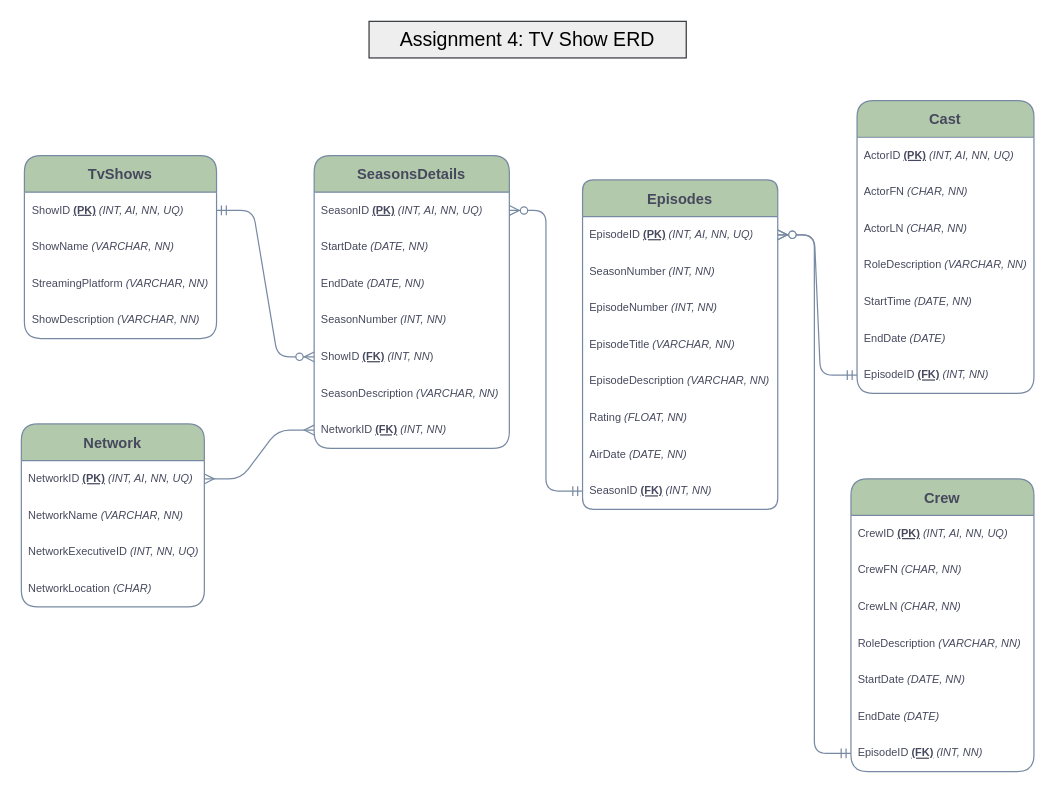
The draw.io diagram Untitled Diagram.drawio in mcbraunie/drawERD, before the edit. Source tidied: cells renumbered, new cells numbered last; positions are measured from the earlier drawing's top-left corner, leaving out a move shared by most shapes. Both pictures are drawn from the tidied source at 122%, with x=0, y=0 at pixel (21, 21).
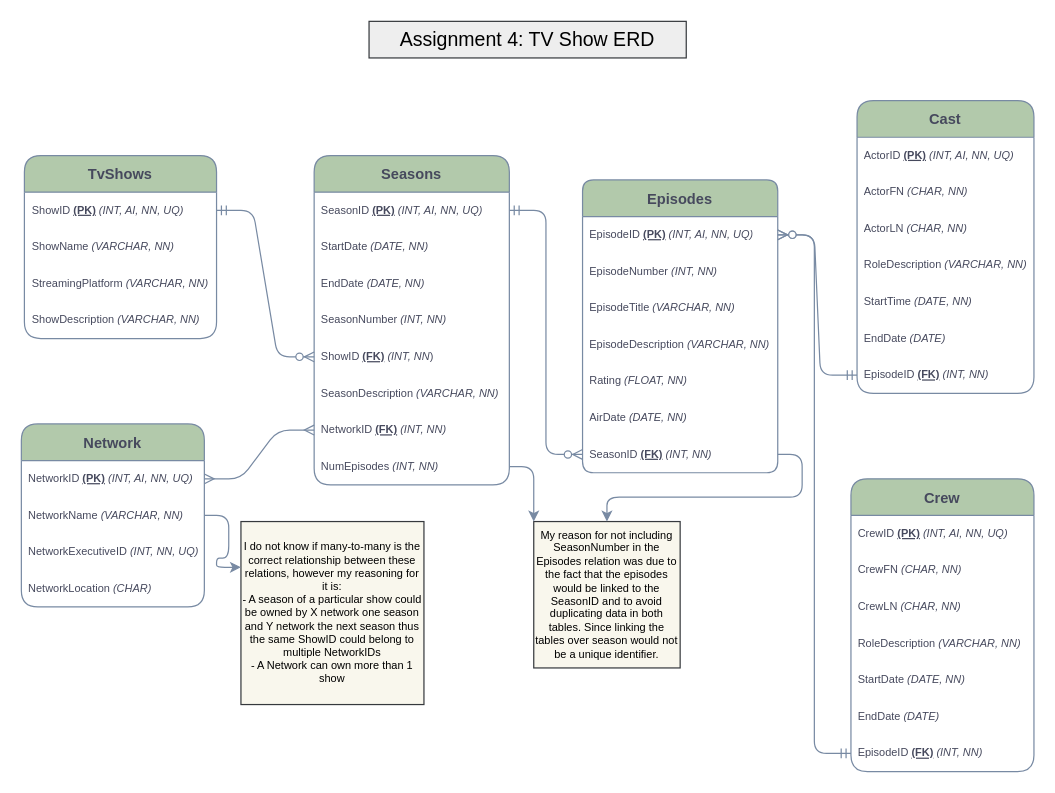
The same diagram, later.

The change refers to these unchanged cells:
```xml
<mxCell id="10" value="NetworkName &lt;i style=&quot;font-size: 9px;&quot;&gt;(VARCHAR, NN)&lt;/i&gt;" style="text;strokeColor=none;fillColor=none;align=left;verticalAlign=middle;spacingLeft=4;spacingRight=4;overflow=hidden;points=[[0,0.5],[1,0.5]];portConstraint=eastwest;rounded=1;fontColor=#46495D;fontSize=9;html=1;" parent="8" vertex="1">
  <mxGeometry y="60" width="150" height="30" as="geometry" />
</mxCell>
<mxCell id="14" value="SeasonID &lt;u style=&quot;font-size: 9px;&quot;&gt;&lt;b style=&quot;font-size: 9px;&quot;&gt;(PK)&lt;/b&gt;&lt;/u&gt; &lt;i style=&quot;font-size: 9px;&quot;&gt;(INT, AI, NN, UQ)&lt;/i&gt; " style="text;strokeColor=none;fillColor=none;align=left;verticalAlign=middle;spacingLeft=4;spacingRight=4;overflow=hidden;points=[[0,0.5],[1,0.5]];portConstraint=eastwest;rounded=1;fontColor=#46495D;fontSize=9;html=1;" parent="13" vertex="1">
  <mxGeometry y="30" width="160" height="30" as="geometry" />
</mxCell>
```

Change to the diagram source:
```diff
@@
-    <mxCell id="2" style="edgeStyle=entityRelationEdgeStyle;fontSize=12;html=1;endArrow=ERzeroToMany;startArrow=ERmandOne;rounded=1;orthogonal=0;exitX=0;exitY=0.5;exitDx=0;exitDy=0;strokeColor=#788AA3;fontColor=#46495D;" parent="1" edge="1" source="29" target="14">
-      <mxGeometry relative="1" as="geometry" />
-    </mxCell>
@@
-    <mxCell id="13" value="SeasonsDetails" style="swimlane;fontStyle=1;horizontal=1;startSize=30;rounded=1;fillColor=#B2C9AB;strokeColor=#788AA3;fontColor=#46495D;fontSize=12;" parent="1" vertex="1">
-      <mxGeometry x="240" y="110" width="160" height="240" as="geometry" />
+    <mxCell id="13" value="Seasons" style="swimlane;fontStyle=1;horizontal=1;startSize=30;rounded=1;fillColor=#B2C9AB;strokeColor=#788AA3;fontColor=#46495D;fontSize=12;" parent="1" vertex="1">
+      <mxGeometry x="240" y="110" width="160" height="270" as="geometry" />
     </mxCell>
@@
+    <mxCell id="51" value="NumEpisodes &lt;i&gt;(INT, NN)&lt;/i&gt;" style="text;strokeColor=none;fillColor=none;align=left;verticalAlign=middle;spacingLeft=4;spacingRight=4;overflow=hidden;points=[[0,0.5],[1,0.5]];portConstraint=eastwest;rounded=1;fontColor=#46495D;fontSize=9;html=1;" parent="13" vertex="1">
+      <mxGeometry y="240" width="160" height="30" as="geometry" />
+    </mxCell>
     <mxCell id="21" value="Episodes" style="swimlane;fontStyle=1;horizontal=1;startSize=30;rounded=1;fillColor=#B2C9AB;strokeColor=#788AA3;fontColor=#46495D;arcSize=10;fontSize=12;" parent="1" vertex="1">
-      <mxGeometry x="460" y="130" width="160" height="270" as="geometry" />
+      <mxGeometry x="460" y="130" width="160" height="240" as="geometry" />
     </mxCell>
@@
-    <mxCell id="23" value="SeasonNumber &lt;i style=&quot;font-size: 9px;&quot;&gt;(INT, NN)&lt;/i&gt;" style="text;strokeColor=none;fillColor=none;align=left;verticalAlign=middle;spacingLeft=4;spacingRight=4;overflow=hidden;rounded=1;fontColor=#46495D;fontSize=9;html=1;" parent="21" vertex="1">
-      <mxGeometry y="60" width="160" height="30" as="geometry" />
-    </mxCell>
     <mxCell id="24" value="EpisodeNumber &lt;i style=&quot;font-size: 9px;&quot;&gt;(INT, NN)&lt;/i&gt;" style="text;strokeColor=none;fillColor=none;align=left;verticalAlign=middle;spacingLeft=4;spacingRight=4;overflow=hidden;rounded=1;fontColor=#46495D;fontSize=9;html=1;" parent="21" vertex="1">
-      <mxGeometry y="90" width="160" height="30" as="geometry" />
+      <mxGeometry y="60" width="160" height="30" as="geometry" />
     </mxCell>
     <mxCell id="25" value="EpisodeTitle &lt;i style=&quot;font-size: 9px;&quot;&gt;(VARCHAR, NN)&lt;/i&gt;" style="text;strokeColor=none;fillColor=none;align=left;verticalAlign=middle;spacingLeft=4;spacingRight=4;overflow=hidden;rounded=1;fontColor=#46495D;fontSize=9;html=1;" parent="21" vertex="1">
-      <mxGeometry y="120" width="160" height="30" as="geometry" />
+      <mxGeometry y="90" width="160" height="30" as="geometry" />
     </mxCell>
     <mxCell id="26" value="EpisodeDescription &lt;i style=&quot;font-size: 9px;&quot;&gt;(VARCHAR, NN)&lt;/i&gt;" style="text;strokeColor=none;fillColor=none;align=left;verticalAlign=middle;spacingLeft=4;spacingRight=4;overflow=hidden;rounded=1;fontColor=#46495D;fontSize=9;html=1;" parent="21" vertex="1">
-      <mxGeometry y="150" width="160" height="30" as="geometry" />
+      <mxGeometry y="120" width="160" height="30" as="geometry" />
     </mxCell>
     <mxCell id="27" value="Rating &lt;i style=&quot;font-size: 9px;&quot;&gt;(FLOAT, NN)&lt;/i&gt;" style="text;strokeColor=none;fillColor=none;align=left;verticalAlign=middle;spacingLeft=4;spacingRight=4;overflow=hidden;rounded=1;fontColor=#46495D;fontSize=9;html=1;" parent="21" vertex="1">
-      <mxGeometry y="180" width="160" height="30" as="geometry" />
+      <mxGeometry y="150" width="160" height="30" as="geometry" />
     </mxCell>
     <mxCell id="28" value="AirDate &lt;i style=&quot;font-size: 9px;&quot;&gt;(DATE, NN)&lt;/i&gt;" style="text;strokeColor=none;fillColor=none;align=left;verticalAlign=middle;spacingLeft=4;spacingRight=4;overflow=hidden;rounded=1;fontColor=#46495D;fontSize=9;html=1;" parent="21" vertex="1">
-      <mxGeometry y="210" width="160" height="30" as="geometry" />
+      <mxGeometry y="180" width="160" height="30" as="geometry" />
     </mxCell>
     <mxCell id="29" value="SeasonID &lt;u style=&quot;font-size: 9px;&quot;&gt;&lt;b style=&quot;font-size: 9px;&quot;&gt;(FK)&lt;/b&gt;&lt;/u&gt; &lt;i style=&quot;font-size: 9px;&quot;&gt;(INT, NN)&lt;/i&gt;" style="text;strokeColor=none;fillColor=none;align=left;verticalAlign=middle;spacingLeft=4;spacingRight=4;overflow=hidden;points=[[0,0.5],[1,0.5]];portConstraint=eastwest;rounded=1;fontColor=#46495D;fontSize=9;html=1;" parent="21" vertex="1">
-      <mxGeometry y="240" width="160" height="30" as="geometry" />
+      <mxGeometry y="210" width="160" height="30" as="geometry" />
     </mxCell>
@@
+    <mxCell id="52" value="&lt;div&gt;I do not know if many-to-many is the correct relationship between these relations, however my reasoning for it is: &lt;br&gt;&lt;/div&gt;&lt;div&gt;- A season of a particular show could be owned by X network one season and Y network the next season thus the same ShowID could belong to multiple NetworkIDs&lt;/div&gt;&lt;div&gt;- A Network can own more than 1 show&lt;br&gt; &lt;/div&gt;" style="text;html=1;strokeColor=#36393d;fillColor=#f9f7ed;align=center;verticalAlign=middle;whiteSpace=wrap;rounded=0;sketch=0;fontSize=9;" parent="1" vertex="1">
+      <mxGeometry x="180" y="410" width="150" height="150" as="geometry" />
+    </mxCell>
+    <mxCell id="53" value="My reason for not including SeasonNumber in the Episodes relation was due to the fact that the episodes would be linked to the SeasonID and to avoid duplicating data in both tables. Since linking the tables over season would not be a unique identifier. " style="text;html=1;strokeColor=#36393d;fillColor=#f9f7ed;align=center;verticalAlign=middle;whiteSpace=wrap;rounded=0;sketch=0;fontSize=9;" parent="1" vertex="1">
+      <mxGeometry x="420" y="410" width="120" height="120" as="geometry" />
+    </mxCell>
+    <mxCell id="54" style="edgeStyle=orthogonalEdgeStyle;curved=0;rounded=1;sketch=0;jettySize=auto;html=1;exitX=1;exitY=0.5;exitDx=0;exitDy=0;entryX=0;entryY=0;entryDx=0;entryDy=0;fontSize=9;fontColor=#46495D;strokeColor=#788AA3;fillColor=#B2C9AB;" parent="1" edge="1" source="51" target="53">
+      <mxGeometry relative="1" as="geometry" />
+    </mxCell>
+    <mxCell id="55" style="edgeStyle=orthogonalEdgeStyle;curved=0;rounded=1;sketch=0;jettySize=auto;html=1;exitX=1;exitY=0.5;exitDx=0;exitDy=0;fontSize=9;fontColor=#46495D;strokeColor=#788AA3;fillColor=#B2C9AB;" parent="1" edge="1" source="29" target="53">
+      <mxGeometry relative="1" as="geometry" />
+    </mxCell>
+    <mxCell id="56" style="edgeStyle=orthogonalEdgeStyle;curved=0;rounded=1;sketch=0;jettySize=auto;html=1;exitX=1;exitY=0.5;exitDx=0;exitDy=0;entryX=0;entryY=0.25;entryDx=0;entryDy=0;fontSize=9;fontColor=#46495D;strokeColor=#788AA3;fillColor=#B2C9AB;" parent="1" edge="1" source="10" target="52">
+      <mxGeometry relative="1" as="geometry" />
+    </mxCell>
+    <mxCell id="57" style="edgeStyle=entityRelationEdgeStyle;fontSize=12;html=1;endArrow=ERzeroToMany;startArrow=ERmandOne;rounded=1;sketch=0;fontColor=#46495D;strokeColor=#788AA3;fillColor=#B2C9AB;curved=0;exitX=1;exitY=0.5;exitDx=0;exitDy=0;entryX=0;entryY=0.5;entryDx=0;entryDy=0;" parent="1" edge="1" source="14" target="29">
+      <mxGeometry relative="1" as="geometry" />
+    </mxCell>
```
